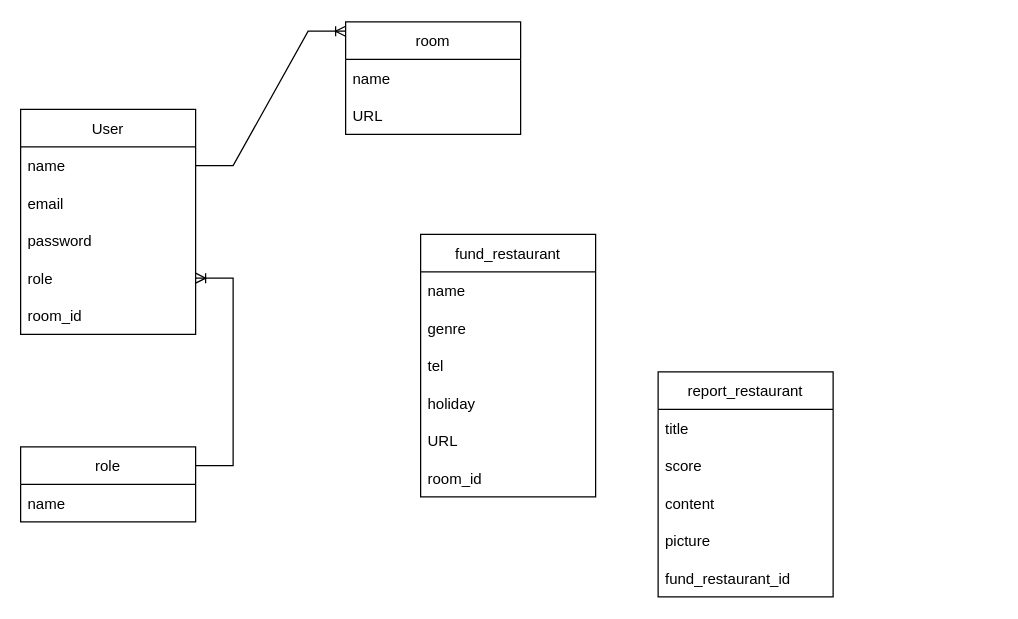
The draw.io diagram ER_diagram.drawio in kashmii/favs_we_know, before the edit. Source tidied: cells renumbered, new cells numbered last; positions are measured from the earlier drawing's top-left corner, leaving out a move shared by most shapes. Both pictures are drawn from the tidied source at 125%, with x=0, y=0 at pixel (20, 21).
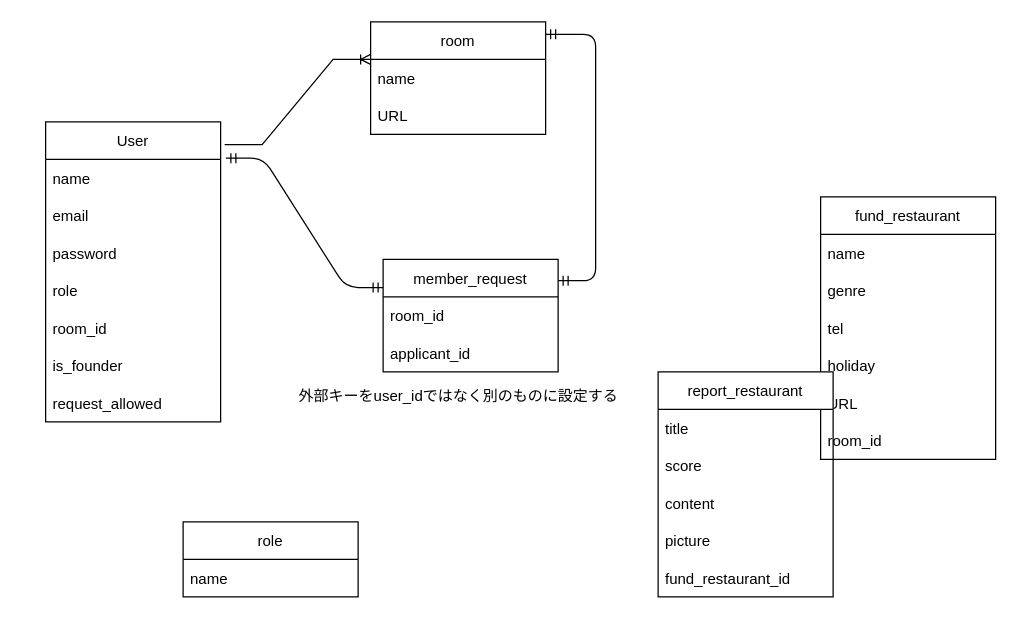
The same page after the edit.

Unchanged cells that the change refers to:
```xml
<mxCell id="3" value="name" style="text;strokeColor=none;fillColor=none;align=left;verticalAlign=middle;spacingLeft=4;spacingRight=4;overflow=hidden;points=[[0,0.5],[1,0.5]];portConstraint=eastwest;" parent="2" vertex="1">
  <mxGeometry y="30" width="140" height="30" as="geometry" />
</mxCell>
<mxCell id="6" value="name" style="text;strokeColor=none;fillColor=none;align=left;verticalAlign=middle;spacingLeft=4;spacingRight=4;overflow=hidden;points=[[0,0.5],[1,0.5]];portConstraint=eastwest;" parent="5" vertex="1">
  <mxGeometry y="30" width="140" height="30" as="geometry" />
</mxCell>
<mxCell id="9" value="role" style="text;strokeColor=none;fillColor=none;align=left;verticalAlign=middle;spacingLeft=4;spacingRight=4;overflow=hidden;points=[[0,0.5],[1,0.5]];portConstraint=eastwest;" parent="5" vertex="1">
  <mxGeometry y="120" width="140" height="30" as="geometry" />
</mxCell>
```

Change to the diagram source:
```diff
@@
     <mxCell id="2" value="room" style="swimlane;fontStyle=0;horizontal=1;startSize=30;" parent="1" vertex="1">
-      <mxGeometry x="260" width="140" height="90" as="geometry" />
+      <mxGeometry x="280" width="140" height="90" as="geometry" />
     </mxCell>
@@
     <mxCell id="5" value="User" style="swimlane;fontStyle=0;horizontal=1;startSize=30;" parent="1" vertex="1">
-      <mxGeometry y="70" width="140" height="180" as="geometry" />
+      <mxGeometry x="20" y="80" width="140" height="240" as="geometry" />
     </mxCell>
@@
+    <mxCell id="28" value="is_founder" style="text;strokeColor=none;fillColor=none;align=left;verticalAlign=middle;spacingLeft=4;spacingRight=4;overflow=hidden;" parent="5" vertex="1">
+      <mxGeometry y="180" width="140" height="30" as="geometry" />
+    </mxCell>
+    <mxCell id="29" value="request_allowed" style="text;strokeColor=none;fillColor=none;align=left;verticalAlign=middle;spacingLeft=4;spacingRight=4;overflow=hidden;" parent="5" vertex="1">
+      <mxGeometry y="210" width="140" height="30" as="geometry" />
+    </mxCell>
     <mxCell id="11" value="fund_restaurant" style="swimlane;fontStyle=0;horizontal=1;startSize=30;" parent="1" vertex="1">
-      <mxGeometry x="320" y="170" width="140" height="210" as="geometry" />
+      <mxGeometry x="640" y="140" width="140" height="210" as="geometry" />
     </mxCell>
@@
     <mxCell id="24" value="role" style="swimlane;fontStyle=0;horizontal=1;startSize=30;" parent="1" vertex="1">
-      <mxGeometry y="340" width="140" height="60" as="geometry" />
+      <mxGeometry x="130" y="400" width="140" height="60" as="geometry" />
     </mxCell>
@@
-    <mxCell id="26" style="edgeStyle=entityRelationEdgeStyle;fontSize=12;html=1;endArrow=ERoneToMany;rounded=0;entryX=1;entryY=0.5;entryDx=0;entryDy=0;exitX=1;exitY=0.25;exitDx=0;exitDy=0;" parent="1" edge="1" source="24" target="9">
-      <mxGeometry relative="1" as="geometry" />
-    </mxCell>
-    <mxCell id="27" style="edgeStyle=entityRelationEdgeStyle;fontSize=12;html=1;endArrow=ERoneToMany;rounded=0;exitX=1;exitY=0.5;exitDx=0;exitDy=0;entryX=0;entryY=0.083;entryDx=0;entryDy=0;entryPerimeter=0;" parent="1" edge="1" source="6" target="2">
+    <mxCell id="27" style="edgeStyle=entityRelationEdgeStyle;fontSize=12;html=1;endArrow=ERoneToMany;rounded=0;exitX=1.023;exitY=0.076;exitDx=0;exitDy=0;entryX=0;entryY=0;entryDx=0;entryDy=0;entryPerimeter=0;exitPerimeter=0;" parent="1" edge="1" source="5" target="3">
       <mxGeometry relative="1" as="geometry" />
     </mxCell>
+    <mxCell id="30" value="member_request" style="swimlane;fontStyle=0;horizontal=1;startSize=30;" parent="1" vertex="1">
+      <mxGeometry x="290" y="190" width="140" height="90" as="geometry" />
+    </mxCell>
+    <mxCell id="31" value="room_id" style="text;strokeColor=none;fillColor=none;align=left;verticalAlign=middle;spacingLeft=4;spacingRight=4;overflow=hidden;" parent="30" vertex="1">
+      <mxGeometry y="30" width="140" height="30" as="geometry" />
+    </mxCell>
+    <mxCell id="32" value="applicant_id" style="text;strokeColor=none;fillColor=none;align=left;verticalAlign=middle;spacingLeft=4;spacingRight=4;overflow=hidden;" parent="30" vertex="1">
+      <mxGeometry y="60" width="140" height="30" as="geometry" />
+    </mxCell>
+    <mxCell id="33" style="edgeStyle=entityRelationEdgeStyle;fontSize=12;html=1;endArrow=ERmandOne;startArrow=ERmandOne;entryX=1;entryY=0.111;entryDx=0;entryDy=0;entryPerimeter=0;" parent="1" edge="1" target="2">
+      <mxGeometry relative="1" as="geometry">
+        <mxPoint x="430" y="207" as="sourcePoint" />
+      </mxGeometry>
+    </mxCell>
+    <mxCell id="34" style="edgeStyle=entityRelationEdgeStyle;fontSize=12;html=1;endArrow=ERmandOne;startArrow=ERmandOne;exitX=1.03;exitY=-0.033;exitDx=0;exitDy=0;exitPerimeter=0;entryX=0;entryY=0.25;entryDx=0;entryDy=0;" parent="1" edge="1" source="6" target="30">
+      <mxGeometry relative="1" as="geometry" />
+    </mxCell>
+    <mxCell id="35" value="外部キーをuser_idではなく別のものに設定する" style="text;html=1;align=center;verticalAlign=middle;strokeColor=none;fillColor=none;" parent="1" vertex="1">
+      <mxGeometry x="215" y="290" width="270" height="20" as="geometry" />
+    </mxCell>
```
